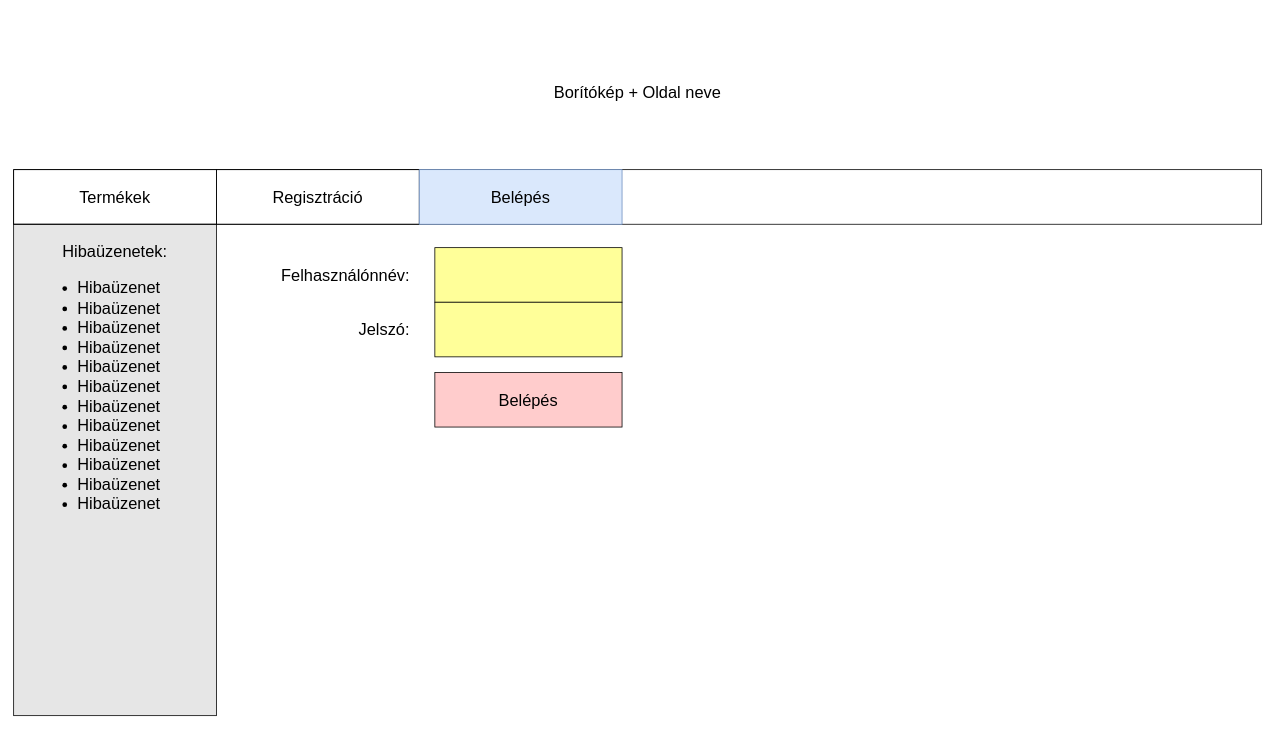
The draw.io diagram page "Belepes" (3 of 7) of Kepernyoterv.drawio in hirschabel/Web-tervezes-projekt, before the edit. Source tidied: cells renumbered, new cells numbered last; positions are measured from the earlier drawing's top-left corner, leaving out a move shared by most shapes. Both pictures are drawn from the tidied source at 78%, with x=0, y=0 at pixel (13, 13).
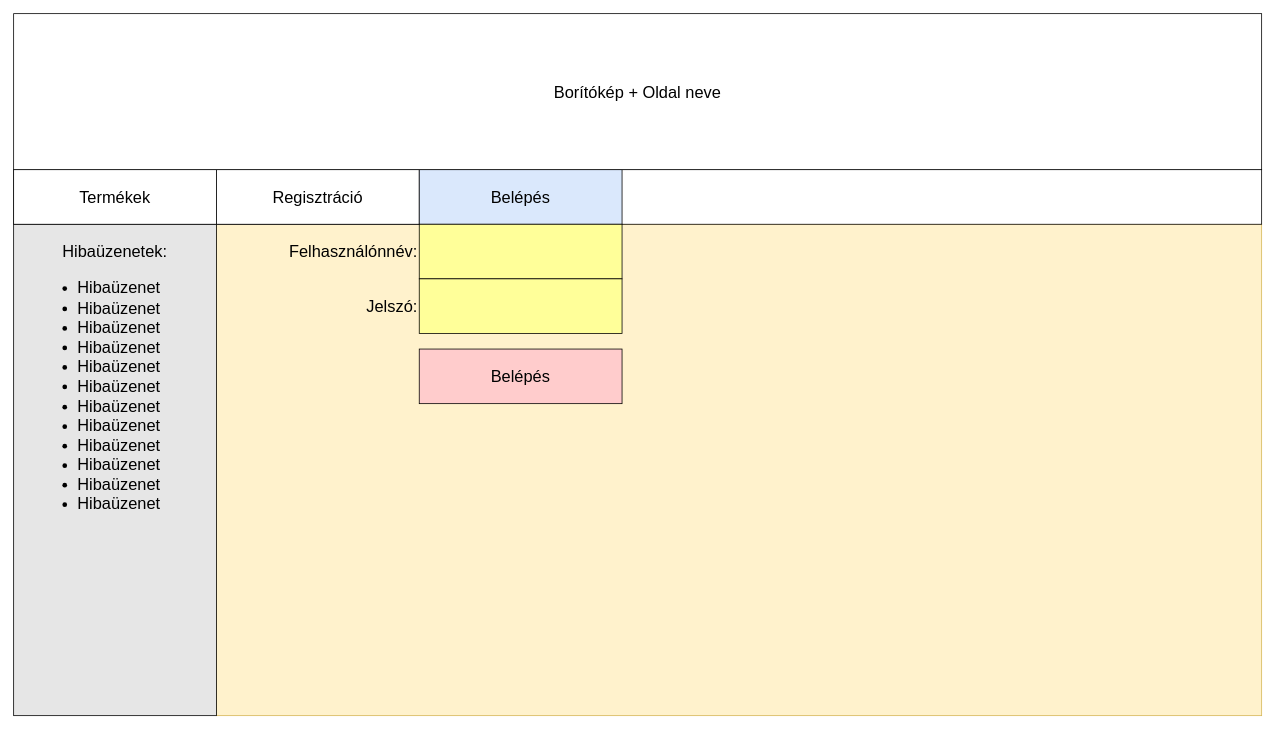
The same page after the edit.

What changed in the source:
```diff
@@
 <mxGraphModel>
   <root>
     <mxCell id="0" />
     <mxCell id="1" parent="0" />
+    <mxCell id="15" style="rounded=0;whiteSpace=wrap;html=1;strokeColor=#d6b656;fillColor=#fff2cc;" parent="1" vertex="1">
+      <mxGeometry x="260" y="270" width="1340" height="630" as="geometry" />
+    </mxCell>
     <mxCell id="2" style="rounded=0;whiteSpace=wrap;html=1;" parent="1" vertex="1">
       <mxGeometry y="200" width="1600" height="70" as="geometry" />
     </mxCell>
     <mxCell id="3" style="rounded=0;whiteSpace=wrap;html=1;fillColor=#E6E6E6;" parent="1" vertex="1">
       <mxGeometry y="270" width="260" height="630" as="geometry" />
     </mxCell>
-    <mxCell id="4" value="Termékek" style="text;html=1;align=center;verticalAlign=middle;whiteSpace=wrap;rounded=0;fontSize=21;strokeColor=default;" parent="1" vertex="1">
+    <mxCell id="4" value="Termékek" style="text;html=1;align=center;verticalAlign=middle;whiteSpace=wrap;rounded=0;fontSize=21;strokeColor=default;fillColor=default;" parent="1" vertex="1">
       <mxGeometry y="200" width="260" height="70" as="geometry" />
     </mxCell>
-    <mxCell id="5" value="Regisztráció" style="text;html=1;strokeColor=default;fillColor=none;align=center;verticalAlign=middle;whiteSpace=wrap;rounded=0;fontSize=21;" parent="1" vertex="1">
+    <mxCell id="5" value="Regisztráció" style="text;html=1;strokeColor=default;fillColor=default;align=center;verticalAlign=middle;whiteSpace=wrap;rounded=0;fontSize=21;" parent="1" vertex="1">
       <mxGeometry x="260" y="200" width="260" height="70" as="geometry" />
     </mxCell>
-    <mxCell id="6" value="Belépés" style="text;html=1;strokeColor=#6c8ebf;fillColor=#dae8fc;align=center;verticalAlign=middle;whiteSpace=wrap;rounded=0;fontSize=21;" parent="1" vertex="1">
+    <mxCell id="6" value="Belépés" style="text;html=1;strokeColor=default;fillColor=#dae8fc;align=center;verticalAlign=middle;whiteSpace=wrap;rounded=0;fontSize=21;" parent="1" vertex="1">
       <mxGeometry x="520" y="200" width="260" height="70" as="geometry" />
     </mxCell>
-    <mxCell id="7" value="Borítókép + Oldal neve" style="text;html=1;strokeColor=none;fillColor=none;align=center;verticalAlign=middle;whiteSpace=wrap;rounded=0;fontSize=21;" parent="1" vertex="1">
+    <mxCell id="7" value="Borítókép + Oldal neve" style="text;html=1;strokeColor=default;fillColor=default;align=center;verticalAlign=middle;whiteSpace=wrap;rounded=0;fontSize=21;" parent="1" vertex="1">
       <mxGeometry width="1600" height="200" as="geometry" />
     </mxCell>
     <mxCell id="8" value="&lt;ul&gt;&lt;li&gt;&lt;span&gt;Hibaüzenet&lt;/span&gt;&lt;/li&gt;&lt;li&gt;&lt;span&gt;Hibaüzenet&lt;/span&gt;&lt;/li&gt;&lt;li&gt;Hibaüzenet&lt;/li&gt;&lt;li&gt;Hibaüzenet&lt;/li&gt;&lt;li&gt;Hibaüzenet&lt;/li&gt;&lt;li&gt;Hibaüzenet&lt;/li&gt;&lt;li&gt;Hibaüzenet&lt;/li&gt;&lt;li&gt;Hibaüzenet&lt;/li&gt;&lt;li&gt;Hibaüzenet&lt;/li&gt;&lt;li&gt;Hibaüzenet&lt;/li&gt;&lt;li&gt;Hibaüzenet&lt;/li&gt;&lt;li&gt;Hibaüzenet&lt;/li&gt;&lt;/ul&gt;" style="text;html=1;strokeColor=none;fillColor=none;align=left;verticalAlign=middle;whiteSpace=wrap;rounded=0;fontSize=21;" parent="1" vertex="1">
       <mxGeometry x="40" y="330" width="220" height="320" as="geometry" />
     </mxCell>
     <mxCell id="9" value="Hibaüzenetek:" style="text;html=1;strokeColor=none;fillColor=none;align=center;verticalAlign=middle;whiteSpace=wrap;rounded=0;fontSize=21;" parent="1" vertex="1">
       <mxGeometry x="10" y="290" width="240" height="30" as="geometry" />
     </mxCell>
     <mxCell id="10" value="&lt;font style=&quot;font-size: 21px&quot;&gt;Felhasználónnév:&lt;/font&gt;" style="text;html=1;strokeColor=none;fillColor=none;align=right;verticalAlign=middle;whiteSpace=wrap;rounded=0;fontSize=21;" parent="1" vertex="1">
-      <mxGeometry x="290" y="300" width="220" height="70" as="geometry" />
+      <mxGeometry x="260" y="270" width="260" height="70" as="geometry" />
     </mxCell>
     <mxCell id="11" value="&lt;font style=&quot;font-size: 21px&quot;&gt;Jelszó:&lt;br&gt;&lt;/font&gt;" style="text;html=1;strokeColor=none;fillColor=none;align=right;verticalAlign=middle;whiteSpace=wrap;rounded=0;fontSize=21;" parent="1" vertex="1">
-      <mxGeometry x="290" y="370" width="220" height="70" as="geometry" />
+      <mxGeometry x="260" y="340" width="260" height="70" as="geometry" />
     </mxCell>
     <mxCell id="12" style="rounded=0;whiteSpace=wrap;html=1;fontSize=21;strokeColor=default;fillColor=#FFFF99;" parent="1" vertex="1">
-      <mxGeometry x="540" y="300" width="240" height="70" as="geometry" />
+      <mxGeometry x="520" y="270" width="260" height="70" as="geometry" />
     </mxCell>
     <mxCell id="13" style="rounded=0;whiteSpace=wrap;html=1;fontSize=21;strokeColor=default;fillColor=#FFFF99;" parent="1" vertex="1">
-      <mxGeometry x="540" y="370" width="240" height="70" as="geometry" />
+      <mxGeometry x="520" y="340" width="260" height="70" as="geometry" />
     </mxCell>
     <mxCell id="14" value="Belépés" style="text;html=1;strokeColor=default;fillColor=#FFCCCC;align=center;verticalAlign=middle;whiteSpace=wrap;rounded=0;fontSize=21;" parent="1" vertex="1">
-      <mxGeometry x="540" y="460" width="240" height="70" as="geometry" />
+      <mxGeometry x="520" y="430" width="260" height="70" as="geometry" />
     </mxCell>
   </root>
 </mxGraphModel>
```
